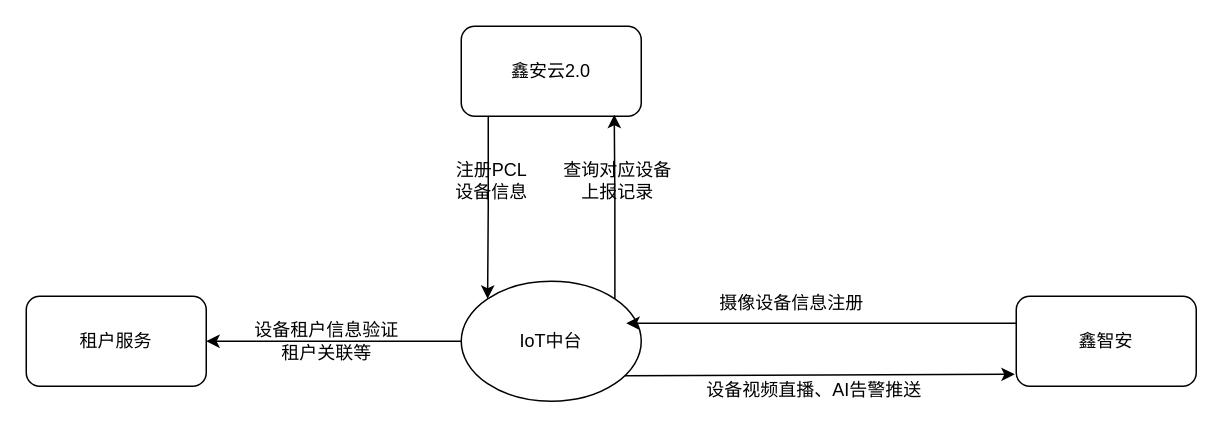
Before: iot上下文调用图.drawio in Rain-ziyu/img, a draw.io diagram. Source tidied: cells renumbered, new cells numbered last; positions are measured from the earlier drawing's top-left corner, leaving out a move shared by most shapes. Both pictures are drawn from the tidied source at 150%, with x=0, y=0 at pixel (26, 26).
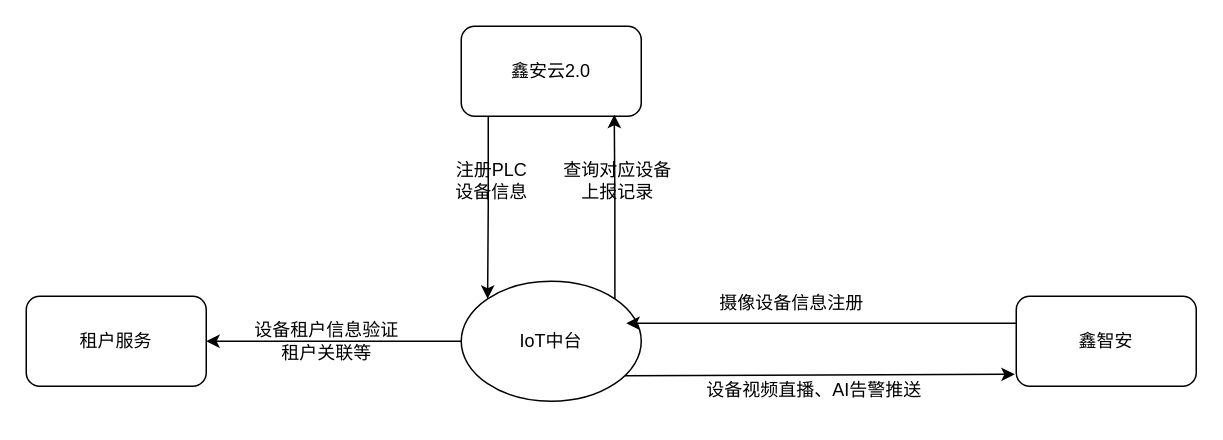
The same diagram, later.

Commit message:
更新iot上下文调用图.drawio

The edit, as a diff of the source:
```diff
@@
 <mxGraphModel>
   <root>
     <mxCell id="0" />
     <mxCell id="1" parent="0" />
     <mxCell id="2" style="rounded=0;jettySize=auto;html=1;exitX=0.908;exitY=0.788;exitDx=0;exitDy=0;entryX=-0.008;entryY=0.867;entryDx=0;entryDy=0;entryPerimeter=0;exitPerimeter=0;" parent="1" edge="1" source="4" target="10">
       <mxGeometry relative="1" as="geometry" />
     </mxCell>
     <mxCell id="3" style="edgeStyle=orthogonalEdgeStyle;rounded=0;jettySize=auto;html=1;entryX=1;entryY=0.5;entryDx=0;entryDy=0;" parent="1" edge="1" source="4" target="14">
       <mxGeometry relative="1" as="geometry" />
     </mxCell>
     <mxCell id="4" value="IoT中台" style="ellipse;whiteSpace=wrap;html=1;" parent="1" vertex="1">
       <mxGeometry x="290" y="170" width="120" height="80" as="geometry" />
     </mxCell>
     <mxCell id="5" style="edgeStyle=orthogonalEdgeStyle;rounded=0;jettySize=auto;html=1;entryX=0;entryY=0;entryDx=0;entryDy=0;startArrow=none;startFill=0;" parent="1" edge="1" source="6" target="4">
       <mxGeometry relative="1" as="geometry">
         <Array as="points">
           <mxPoint x="308" y="120" />
           <mxPoint x="308" y="120" />
         </Array>
       </mxGeometry>
     </mxCell>
     <mxCell id="6" value="鑫安云2.0" style="rounded=1;whiteSpace=wrap;html=1;" parent="1" vertex="1">
       <mxGeometry x="290" width="120" height="60" as="geometry" />
     </mxCell>
-    <mxCell id="7" value="注册PCL&lt;div&gt;设备信息&lt;/div&gt;" style="text;html=1;align=center;verticalAlign=middle;strokeColor=none;fillColor=none;" parent="1" vertex="1">
+    <mxCell id="7" value="注册PLC&lt;div&gt;&lt;div&gt;设备信息&lt;/div&gt;&lt;/div&gt;" style="text;html=1;align=center;verticalAlign=middle;strokeColor=none;fillColor=none;" parent="1" vertex="1">
       <mxGeometry x="275" y="83" width="70" height="40" as="geometry" />
     </mxCell>
     <mxCell id="8" style="edgeStyle=orthogonalEdgeStyle;rounded=0;jettySize=auto;html=1;exitX=1;exitY=0;exitDx=0;exitDy=0;entryX=0.85;entryY=0.983;entryDx=0;entryDy=0;entryPerimeter=0;" parent="1" edge="1" source="4" target="6">
       <mxGeometry relative="1" as="geometry" />
     </mxCell>
     <mxCell id="9" value="查询对应设备&lt;div&gt;上报记录&lt;/div&gt;" style="text;html=1;align=center;verticalAlign=middle;strokeColor=none;fillColor=none;" parent="1" vertex="1">
       <mxGeometry x="344" y="83" width="100" height="40" as="geometry" />
     </mxCell>
     <mxCell id="10" value="鑫智安" style="rounded=1;whiteSpace=wrap;html=1;" parent="1" vertex="1">
       <mxGeometry x="660" y="180" width="120" height="60" as="geometry" />
     </mxCell>
     <mxCell id="11" style="rounded=0;orthogonalLoop=1;jettySize=auto;html=1;exitX=0;exitY=0.75;exitDx=0;exitDy=0;" parent="1" edge="1">
       <mxGeometry relative="1" as="geometry">
         <mxPoint x="660" y="198" as="sourcePoint" />
         <mxPoint x="400" y="198" as="targetPoint" />
       </mxGeometry>
     </mxCell>
     <mxCell id="12" value="摄像设备信息注册" style="text;html=1;align=center;verticalAlign=middle;strokeColor=none;fillColor=none;" parent="1" vertex="1">
       <mxGeometry x="450" y="170" width="120" height="30" as="geometry" />
     </mxCell>
     <mxCell id="13" value="设备视频直播、AI告警推送" style="text;html=1;align=center;verticalAlign=middle;strokeColor=none;fillColor=none;" parent="1" vertex="1">
       <mxGeometry x="440" y="228" width="170" height="30" as="geometry" />
     </mxCell>
     <mxCell id="14" value="租户服务" style="rounded=1;whiteSpace=wrap;html=1;" parent="1" vertex="1">
       <mxGeometry y="180" width="120" height="60" as="geometry" />
     </mxCell>
     <mxCell id="15" value="设备租户信息验证&lt;div&gt;租户关联等&lt;/div&gt;" style="text;html=1;align=center;verticalAlign=middle;strokeColor=none;fillColor=none;" parent="1" vertex="1">
       <mxGeometry x="140" y="190" width="120" height="40" as="geometry" />
     </mxCell>
   </root>
 </mxGraphModel>
```
